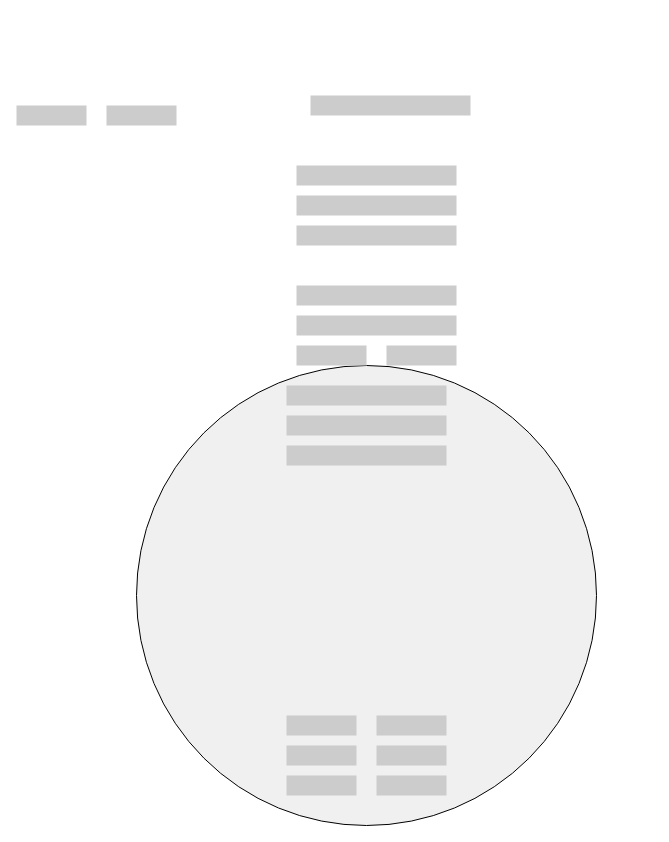
igaotang/flowchart keeps this draw.io diagram as page "Page-3" (3 of 3) of Spark.drawio. Above is the earlier version. Source tidied: cells renumbered, new cells numbered last; positions are measured from the earlier drawing's top-left corner, leaving out a move shared by most shapes. Both pictures are drawn from the tidied source at 100%, with x=0, y=0 at pixel (16, 95).
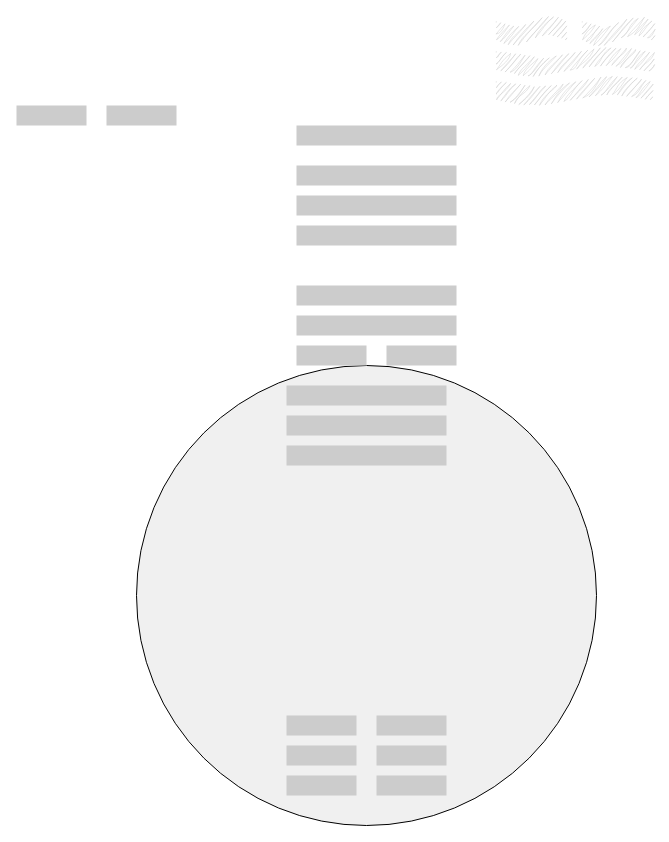
The same page after the edit.

The edit, as a diff of the source:
```diff
@@
     <mxCell id="8" style="rounded=0;whiteSpace=wrap;html=1;fillColor=#CCCCCC;strokeColor=none;" parent="1" vertex="1">
-      <mxGeometry x="294" width="160" height="20" as="geometry" />
+      <mxGeometry x="280" y="30" width="160" height="20" as="geometry" />
     </mxCell>
@@
+    <mxCell id="22" style="shape=tape;whiteSpace=wrap;html=1;fillColor=#cccccc;strokeColor=none;shadow=0;gradientColor=none;perimeter=rectanglePerimeter;sketch=1;curveFitting=1;jiggle=2;" parent="1" vertex="1">
+      <mxGeometry x="480" y="-50" width="156" height="30" as="geometry" />
+    </mxCell>
+    <mxCell id="23" style="shape=tape;whiteSpace=wrap;html=1;fillColor=#cccccc;strokeColor=none;shadow=0;gradientColor=none;perimeter=rectanglePerimeter;sketch=1;curveFitting=1;jiggle=2;" parent="1" vertex="1">
+      <mxGeometry x="480" y="-80" width="70" height="30" as="geometry" />
+    </mxCell>
+    <mxCell id="24" style="shape=tape;whiteSpace=wrap;html=1;fillColor=#cccccc;strokeColor=none;shadow=0;gradientColor=none;perimeter=rectanglePerimeter;sketch=1;curveFitting=1;jiggle=2;" parent="1" vertex="1">
+      <mxGeometry x="566" y="-80" width="70" height="30" as="geometry" />
+    </mxCell>
+    <mxCell id="25" style="shape=tape;whiteSpace=wrap;html=1;fillColor=#cccccc;strokeColor=none;shadow=0;gradientColor=none;perimeter=rectanglePerimeter;sketch=1;curveFitting=1;jiggle=2;" parent="1" vertex="1">
+      <mxGeometry x="480" y="-20" width="156" height="30" as="geometry" />
+    </mxCell>
```
